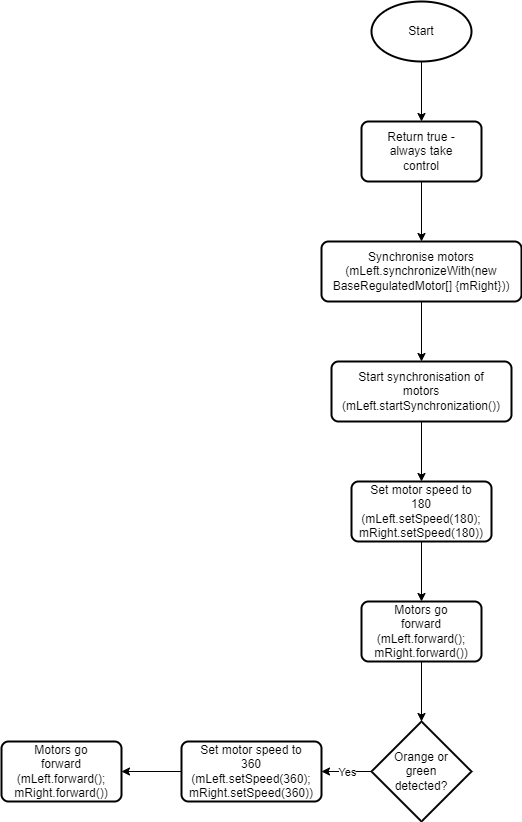
Above: Final submission/Behaviour control flow/WalkaboutControlFlow.png in XLmT09/Bunny-Robot (draw.io), before the change. Source tidied: cells renumbered, new cells last; positions are measured from the earlier drawing's top-left corner, leaving out a move shared by most shapes.
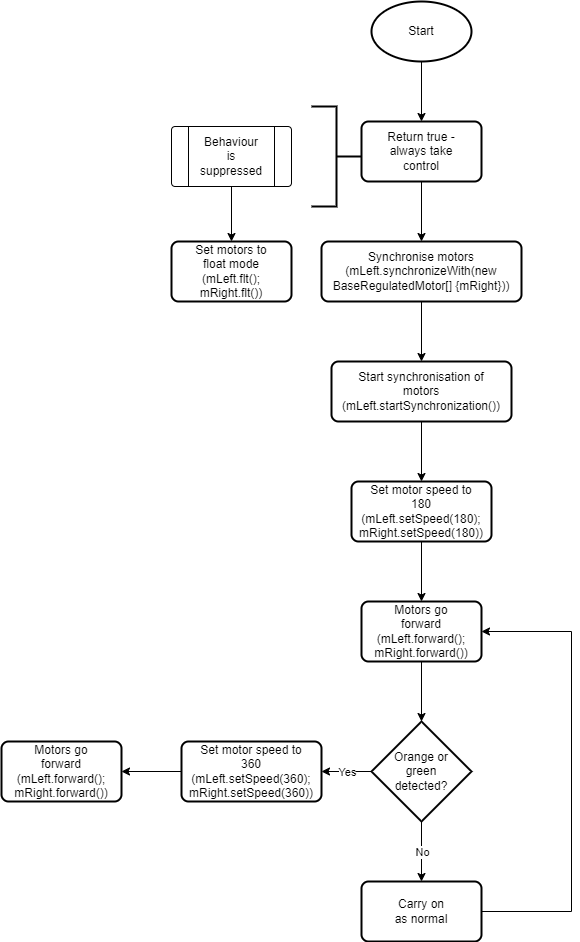
After the change.

Diff of the diagram source:
```diff
@@ -81,7 +81,7 @@
       <mxGeometry relative="1" as="geometry" />
     </mxCell>
     <mxCell id="28" style="group;" parent="1" vertex="1">
-      <mxGeometry x="180" y="740" width="140" height="60" as="geometry" />
+      <mxGeometry x="180" y="740" width="140" height="105" as="geometry" />
     </mxCell>
     <mxCell id="29" style="rounded=1;whiteSpace=wrap;html=1;absoluteArcSize=1;arcSize=14;strokeWidth=2;" parent="28" vertex="1">
       <mxGeometry width="140" height="60" as="geometry" />
@@ -107,5 +107,50 @@
     <mxCell id="36" style="endArrow=classic;html=1;rounded=0;entryX=1;entryY=0.5;entryDx=0;entryDy=0;exitX=0;exitY=0.5;exitDx=0;exitDy=0;" parent="1" edge="1" source="29" target="34">
       <mxGeometry relative="1" as="geometry" />
     </mxCell>
+    <mxCell id="37" style="rounded=1;whiteSpace=wrap;html=1;absoluteArcSize=1;arcSize=14;strokeWidth=2;" parent="1" vertex="1">
+      <mxGeometry x="360" y="880" width="120" height="60" as="geometry" />
+    </mxCell>
+    <mxCell id="38" value="Carry on as normal" style="text;html=1;strokeColor=none;fillColor=none;align=center;verticalAlign=middle;whiteSpace=wrap;rounded=0;" parent="1" vertex="1">
+      <mxGeometry x="390" y="895" width="60" height="30" as="geometry" />
+    </mxCell>
+    <mxCell id="39" style="endArrow=classic;html=1;rounded=0;exitX=0.5;exitY=1;exitDx=0;exitDy=0;exitPerimeter=0;entryX=0.5;entryY=0;entryDx=0;entryDy=0;" parent="1" edge="1" source="25" target="37">
+      <mxGeometry relative="1" as="geometry" />
+    </mxCell>
+    <mxCell id="40" value="No" style="edgeLabel;html=1;align=center;verticalAlign=middle;" parent="39" vertex="1">
+      <mxGeometry relative="1" as="geometry" />
+    </mxCell>
+    <mxCell id="41" style="endArrow=classic;html=1;rounded=0;exitX=1;exitY=0.5;exitDx=0;exitDy=0;" parent="1" edge="1" source="37">
+      <mxGeometry relative="1" as="geometry">
+        <mxPoint x="480" y="630" as="targetPoint" />
+        <Array as="points">
+          <mxPoint x="570" y="910" />
+          <mxPoint x="570" y="630" />
+        </Array>
+      </mxGeometry>
+    </mxCell>
+    <mxCell id="42" style="strokeWidth=2;html=1;shape=mxgraph.flowchart.annotation_2;align=left;labelPosition=right;rotation=-180;" parent="1" vertex="1">
+      <mxGeometry x="310" y="105" width="50" height="100" as="geometry" />
+    </mxCell>
+    <mxCell id="43" style="group;" parent="1" vertex="1">
+      <mxGeometry x="170" y="125" width="120" height="60" as="geometry" />
+    </mxCell>
+    <mxCell id="44" style="verticalLabelPosition=bottom;verticalAlign=top;html=1;shape=process;whiteSpace=wrap;rounded=1;size=0.14;arcSize=6;" parent="43" vertex="1">
+      <mxGeometry width="120" height="60" as="geometry" />
+    </mxCell>
+    <mxCell id="45" value="Behaviour is suppressed" style="text;html=1;strokeColor=none;fillColor=none;align=center;verticalAlign=middle;whiteSpace=wrap;rounded=0;" parent="43" vertex="1">
+      <mxGeometry x="30" y="15" width="60" height="30" as="geometry" />
+    </mxCell>
+    <mxCell id="46" style="group;" parent="1" vertex="1">
+      <mxGeometry x="170" y="240" width="120" height="60" as="geometry" />
+    </mxCell>
+    <mxCell id="47" style="rounded=1;whiteSpace=wrap;html=1;absoluteArcSize=1;arcSize=14;strokeWidth=2;" parent="46" vertex="1">
+      <mxGeometry width="120" height="60" as="geometry" />
+    </mxCell>
+    <mxCell id="48" value="Set motors to float mode (mLeft.flt(); mRight.flt())" style="text;html=1;strokeColor=none;fillColor=none;align=center;verticalAlign=middle;whiteSpace=wrap;rounded=0;" parent="46" vertex="1">
+      <mxGeometry x="20" y="15" width="80" height="30" as="geometry" />
+    </mxCell>
+    <mxCell id="49" style="endArrow=classic;html=1;rounded=0;entryX=0.5;entryY=0;entryDx=0;entryDy=0;exitX=0.5;exitY=1;exitDx=0;exitDy=0;" parent="1" edge="1" source="44" target="47">
+      <mxGeometry relative="1" as="geometry" />
+    </mxCell>
   </root>
 </mxGraphModel>
```
